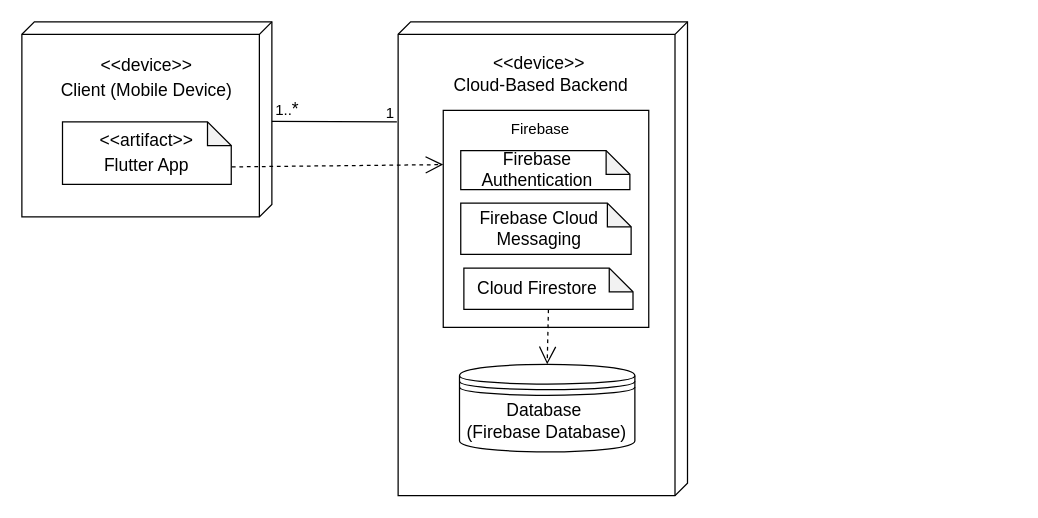
Earlier version of the draw.io diagram docs/deploymentDiagram.drawio (TM-1-3/LearnVironment). Source tidied: cells renumbered, new cells numbered last; positions are measured from the earlier drawing's top-left corner, leaving out a move shared by most shapes. Both pictures are drawn from the tidied source at 125%, with x=0, y=0 at pixel (21, 21).
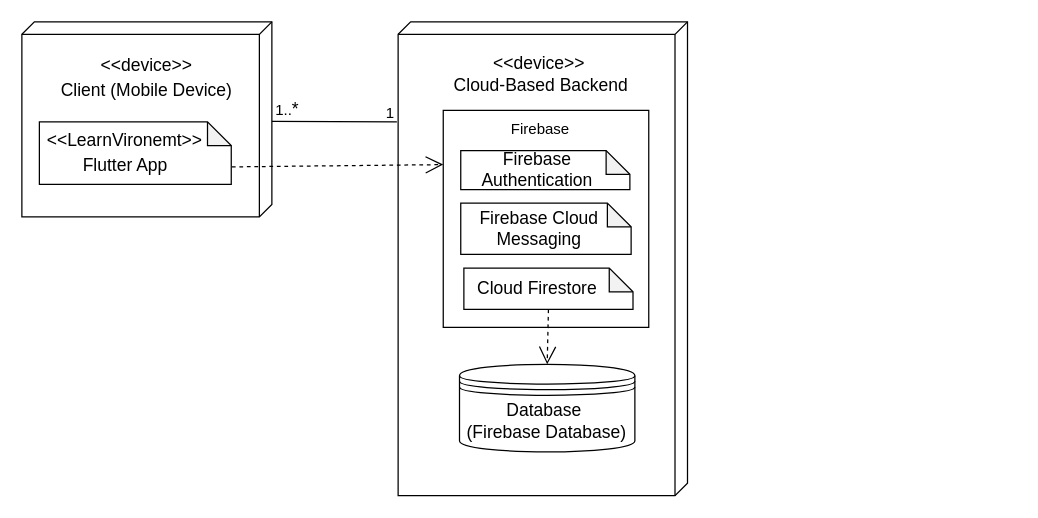
After the change.

Unchanged cells that the change refers to:
```xml
<mxCell id="23" style="group;" parent="3" vertex="1">
  <mxGeometry width="212" height="271" as="geometry" />
</mxCell>
```

Diff of the diagram source:
```diff
@@
     <mxCell id="27" style="shape=note;whiteSpace=wrap;html=1;backgroundOutline=1;darkOpacity=0.05;size=19;" parent="23" vertex="1">
-      <mxGeometry x="32.5" y="80" width="135" height="50" as="geometry" />
+      <mxGeometry x="14" y="80" width="153.5" height="50" as="geometry" />
     </mxCell>
-    <mxCell id="28" value="&lt;font style=&quot;font-size: 14px;&quot;&gt;&amp;lt;&amp;lt;artifact&amp;gt;&amp;gt;&lt;/font&gt;" style="text;html=1;align=center;verticalAlign=middle;whiteSpace=wrap;rounded=0;" parent="23" vertex="1">
-      <mxGeometry x="60" y="80" width="80" height="30" as="geometry" />
+    <mxCell id="28" value="&lt;font style=&quot;font-size: 14px;&quot;&gt;&amp;lt;&amp;lt;LearnVironemt&amp;gt;&amp;gt;&lt;/font&gt;" style="text;html=1;align=center;verticalAlign=middle;whiteSpace=wrap;rounded=0;" parent="23" vertex="1">
+      <mxGeometry x="33" y="80" width="99" height="30" as="geometry" />
     </mxCell>
-    <mxCell id="29" value="&lt;font style=&quot;font-size: 14px;&quot;&gt;Flutter App&lt;/font&gt;" style="text;html=1;align=center;verticalAlign=middle;whiteSpace=wrap;rounded=0;" parent="23" vertex="1">
-      <mxGeometry x="60" y="100" width="80" height="30" as="geometry" />
+    <mxCell id="29" value="&lt;span style=&quot;font-size: 14px;&quot;&gt;Flutter App&lt;/span&gt;" style="text;html=1;align=center;verticalAlign=middle;whiteSpace=wrap;rounded=0;" parent="23" vertex="1">
+      <mxGeometry x="43" y="100" width="80" height="30" as="geometry" />
     </mxCell>
```
